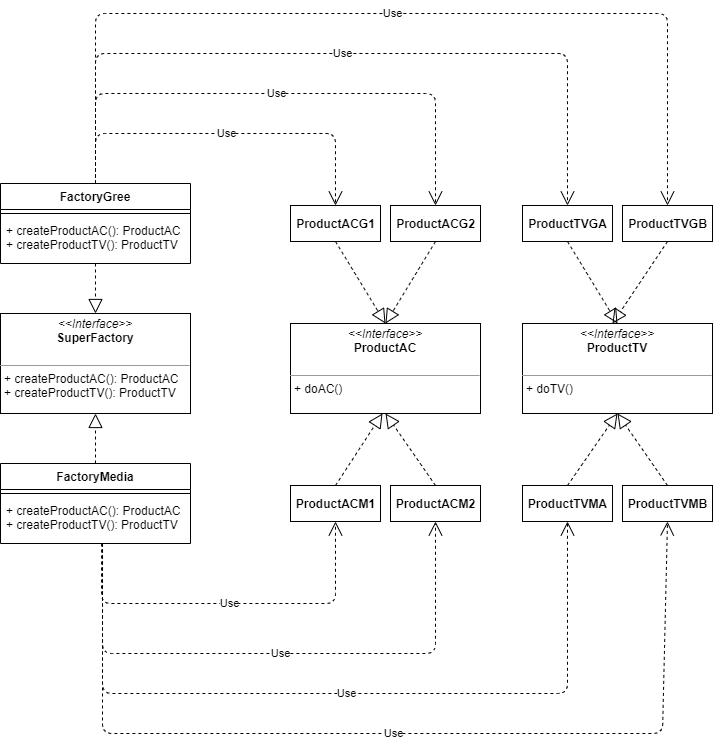
Earlier version of the draw.io export 002/abstractFactory.drawio.png (yinghao-liu/design-pattern). Source tidied: cells renumbered, new cells last; positions are measured from the earlier drawing's top-left corner, leaving out a move shared by most shapes. The source it was exported from:
```xml
<mxGraphModel>
  <root>
    <mxCell id="0" />
    <mxCell id="1" parent="0" />
    <mxCell id="2" value="&lt;p style=&quot;margin: 0px ; margin-top: 4px ; text-align: center&quot;&gt;&lt;i&gt;&amp;lt;&amp;lt;Interface&amp;gt;&amp;gt;&lt;/i&gt;&lt;br&gt;&lt;span style=&quot;font-weight: 700&quot;&gt;SuperFactory&lt;/span&gt;&lt;br&gt;&lt;/p&gt;&lt;p style=&quot;margin: 0px ; margin-left: 4px&quot;&gt;&lt;br&gt;&lt;/p&gt;&lt;hr size=&quot;1&quot;&gt;&lt;p style=&quot;margin: 0px ; margin-left: 4px&quot;&gt;+ createProductAC(): ProductAC&lt;br&gt;&lt;/p&gt;&lt;p style=&quot;margin: 0px ; margin-left: 4px&quot;&gt;+ createProductTV(): ProductTV&lt;br&gt;&lt;/p&gt;" style="verticalAlign=top;align=left;overflow=fill;fontSize=12;fontFamily=Helvetica;html=1;" parent="1" vertex="1">
      <mxGeometry y="300" width="190" height="100" as="geometry" />
    </mxCell>
    <mxCell id="3" value="&lt;p style=&quot;margin: 0px ; margin-top: 4px ; text-align: center&quot;&gt;&lt;i&gt;&amp;lt;&amp;lt;Interface&amp;gt;&amp;gt;&lt;/i&gt;&lt;br&gt;&lt;span style=&quot;font-weight: 700&quot;&gt;ProductTV&lt;/span&gt;&lt;br&gt;&lt;/p&gt;&lt;p style=&quot;margin: 0px ; margin-left: 4px&quot;&gt;&lt;br&gt;&lt;/p&gt;&lt;hr size=&quot;1&quot;&gt;&lt;p style=&quot;margin: 0px ; margin-left: 4px&quot;&gt;+ doTV()&lt;br&gt;&lt;/p&gt;" style="verticalAlign=top;align=left;overflow=fill;fontSize=12;fontFamily=Helvetica;html=1;" parent="1" vertex="1">
      <mxGeometry x="522" y="310" width="190" height="90" as="geometry" />
    </mxCell>
    <mxCell id="4" value="FactoryGree" style="swimlane;fontStyle=1;align=center;verticalAlign=top;horizontal=1;startSize=26;" parent="1" vertex="1">
      <mxGeometry y="170" width="190" height="80" as="geometry" />
    </mxCell>
    <mxCell id="5" style="line;strokeWidth=1;fillColor=none;align=left;verticalAlign=middle;spacingTop=-1;spacingLeft=3;spacingRight=3;labelPosition=right;" parent="4" vertex="1">
      <mxGeometry y="26" width="190" height="8" as="geometry" />
    </mxCell>
    <mxCell id="6" value="+ createProductAC(): ProductAC&#10;+ createProductTV(): ProductTV" style="text;strokeColor=none;fillColor=none;align=left;verticalAlign=top;spacingLeft=4;spacingRight=4;overflow=hidden;points=[[0,0.5],[1,0.5]];portConstraint=eastwest;" parent="4" vertex="1">
      <mxGeometry y="34" width="190" height="46" as="geometry" />
    </mxCell>
    <mxCell id="7" value="&lt;p style=&quot;margin: 0px ; margin-top: 4px ; text-align: center&quot;&gt;&lt;i&gt;&amp;lt;&amp;lt;Interface&amp;gt;&amp;gt;&lt;/i&gt;&lt;br&gt;&lt;span style=&quot;font-weight: 700&quot;&gt;ProductAC&lt;/span&gt;&lt;br&gt;&lt;/p&gt;&lt;p style=&quot;margin: 0px ; margin-left: 4px&quot;&gt;&lt;br&gt;&lt;/p&gt;&lt;hr size=&quot;1&quot;&gt;&lt;p style=&quot;margin: 0px ; margin-left: 4px&quot;&gt;+ doAC()&lt;br&gt;&lt;/p&gt;" style="verticalAlign=top;align=left;overflow=fill;fontSize=12;fontFamily=Helvetica;html=1;" parent="1" vertex="1">
      <mxGeometry x="290" y="310" width="190" height="90" as="geometry" />
    </mxCell>
    <mxCell id="8" value="FactoryMedia" style="swimlane;fontStyle=1;align=center;verticalAlign=top;horizontal=1;startSize=26;" parent="1" vertex="1">
      <mxGeometry y="450" width="190" height="80" as="geometry" />
    </mxCell>
    <mxCell id="9" style="line;strokeWidth=1;fillColor=none;align=left;verticalAlign=middle;spacingTop=-1;spacingLeft=3;spacingRight=3;labelPosition=right;" parent="8" vertex="1">
      <mxGeometry y="26" width="190" height="8" as="geometry" />
    </mxCell>
    <mxCell id="10" value="+ createProductAC(): ProductAC&#10;+ createProductTV(): ProductTV" style="text;strokeColor=none;fillColor=none;align=left;verticalAlign=top;spacingLeft=4;spacingRight=4;overflow=hidden;points=[[0,0.5],[1,0.5]];portConstraint=eastwest;" parent="8" vertex="1">
      <mxGeometry y="34" width="190" height="46" as="geometry" />
    </mxCell>
    <mxCell id="11" style="endArrow=block;dashed=1;endFill=0;endSize=12;html=1;exitX=0.5;exitY=0;exitDx=0;exitDy=0;entryX=0.5;entryY=1;entryDx=0;entryDy=0;" parent="1" edge="1" source="8" target="2">
      <mxGeometry relative="1" as="geometry" />
    </mxCell>
    <mxCell id="12" style="endArrow=block;dashed=1;endFill=0;endSize=12;html=1;entryX=0.5;entryY=0;entryDx=0;entryDy=0;exitX=0.5;exitY=1;exitDx=0;exitDy=0;exitPerimeter=0;" parent="1" edge="1" source="6" target="2">
      <mxGeometry relative="1" as="geometry" />
    </mxCell>
    <mxCell id="13" value="&lt;span style=&quot;font-weight: 700&quot;&gt;ProductACG1&lt;/span&gt;" style="html=1;" parent="1" vertex="1">
      <mxGeometry x="290" y="192" width="90" height="36" as="geometry" />
    </mxCell>
    <mxCell id="14" value="&lt;span style=&quot;font-weight: 700&quot;&gt;ProductACG2&lt;/span&gt;" style="html=1;" parent="1" vertex="1">
      <mxGeometry x="390" y="192" width="90" height="36" as="geometry" />
    </mxCell>
    <mxCell id="15" value="&lt;span style=&quot;font-weight: 700&quot;&gt;ProductTVGA&lt;/span&gt;" style="html=1;" parent="1" vertex="1">
      <mxGeometry x="522" y="192" width="90" height="36" as="geometry" />
    </mxCell>
    <mxCell id="16" value="&lt;span style=&quot;font-weight: 700&quot;&gt;ProductTVGB&lt;/span&gt;" style="html=1;" parent="1" vertex="1">
      <mxGeometry x="622" y="192" width="90" height="36" as="geometry" />
    </mxCell>
    <mxCell id="17" value="&lt;span style=&quot;font-weight: 700&quot;&gt;ProductACM1&lt;/span&gt;" style="html=1;" parent="1" vertex="1">
      <mxGeometry x="290" y="472" width="90" height="36" as="geometry" />
    </mxCell>
    <mxCell id="18" value="&lt;span style=&quot;font-weight: 700&quot;&gt;ProductACM2&lt;/span&gt;" style="html=1;" parent="1" vertex="1">
      <mxGeometry x="390" y="472" width="90" height="36" as="geometry" />
    </mxCell>
    <mxCell id="19" value="&lt;span style=&quot;font-weight: 700&quot;&gt;ProductTVMA&lt;/span&gt;" style="html=1;" parent="1" vertex="1">
      <mxGeometry x="522" y="472" width="90" height="36" as="geometry" />
    </mxCell>
    <mxCell id="20" value="&lt;span style=&quot;font-weight: 700&quot;&gt;ProductTVMB&lt;/span&gt;" style="html=1;" parent="1" vertex="1">
      <mxGeometry x="622" y="472" width="90" height="36" as="geometry" />
    </mxCell>
    <mxCell id="21" style="endArrow=block;dashed=1;endFill=0;endSize=12;html=1;exitX=0.5;exitY=0;exitDx=0;exitDy=0;" parent="1" edge="1" source="17">
      <mxGeometry relative="1" as="geometry">
        <mxPoint x="382" y="400" as="targetPoint" />
      </mxGeometry>
    </mxCell>
    <mxCell id="22" style="endArrow=block;dashed=1;endFill=0;endSize=12;html=1;exitX=0.5;exitY=0;exitDx=0;exitDy=0;entryX=0.5;entryY=1;entryDx=0;entryDy=0;" parent="1" edge="1" source="18" target="7">
      <mxGeometry relative="1" as="geometry" />
    </mxCell>
    <mxCell id="23" style="endArrow=block;dashed=1;endFill=0;endSize=12;html=1;exitX=0.5;exitY=0;exitDx=0;exitDy=0;entryX=0.5;entryY=1;entryDx=0;entryDy=0;" parent="1" edge="1" source="19" target="3">
      <mxGeometry relative="1" as="geometry" />
    </mxCell>
    <mxCell id="24" style="endArrow=block;dashed=1;endFill=0;endSize=12;html=1;entryX=0.5;entryY=1;entryDx=0;entryDy=0;exitX=0.5;exitY=0;exitDx=0;exitDy=0;" parent="1" edge="1" source="20" target="3">
      <mxGeometry relative="1" as="geometry" />
    </mxCell>
    <mxCell id="25" style="endArrow=block;dashed=1;endFill=0;endSize=12;html=1;exitX=0.5;exitY=1;exitDx=0;exitDy=0;entryX=0.5;entryY=0;entryDx=0;entryDy=0;" parent="1" edge="1" source="13" target="7">
      <mxGeometry relative="1" as="geometry" />
    </mxCell>
    <mxCell id="26" style="endArrow=block;dashed=1;endFill=0;endSize=12;html=1;exitX=0.5;exitY=1;exitDx=0;exitDy=0;entryX=0.5;entryY=0;entryDx=0;entryDy=0;" parent="1" edge="1" source="14" target="7">
      <mxGeometry relative="1" as="geometry" />
    </mxCell>
    <mxCell id="27" style="endArrow=block;dashed=1;endFill=0;endSize=12;html=1;entryX=0.5;entryY=0;entryDx=0;entryDy=0;exitX=0.5;exitY=1;exitDx=0;exitDy=0;" parent="1" edge="1" source="15" target="3">
      <mxGeometry relative="1" as="geometry" />
    </mxCell>
    <mxCell id="28" style="endArrow=block;dashed=1;endFill=0;endSize=12;html=1;exitX=0.5;exitY=1;exitDx=0;exitDy=0;" parent="1" edge="1" source="16">
      <mxGeometry relative="1" as="geometry">
        <mxPoint x="612" y="310" as="targetPoint" />
      </mxGeometry>
    </mxCell>
    <mxCell id="29" value="Use" style="endArrow=open;endSize=12;dashed=1;html=1;entryX=0.5;entryY=1;entryDx=0;entryDy=0;" parent="1" edge="1" target="18">
      <mxGeometry relative="1" as="geometry">
        <mxPoint x="102" y="530" as="sourcePoint" />
        <Array as="points">
          <mxPoint x="102" y="640" />
          <mxPoint x="435" y="640" />
        </Array>
      </mxGeometry>
    </mxCell>
    <mxCell id="30" value="Use" style="endArrow=open;endSize=12;dashed=1;html=1;entryX=0.5;entryY=1;entryDx=0;entryDy=0;" parent="1" edge="1" target="19">
      <mxGeometry relative="1" as="geometry">
        <mxPoint x="102" y="530" as="sourcePoint" />
        <Array as="points">
          <mxPoint x="102" y="680" />
          <mxPoint x="567" y="680" />
        </Array>
      </mxGeometry>
    </mxCell>
    <mxCell id="31" value="Use" style="endArrow=open;endSize=12;dashed=1;html=1;entryX=0.5;entryY=1;entryDx=0;entryDy=0;exitX=0.537;exitY=1;exitDx=0;exitDy=0;exitPerimeter=0;" parent="1" edge="1" source="10" target="20">
      <mxGeometry relative="1" as="geometry">
        <Array as="points">
          <mxPoint x="102" y="720" />
          <mxPoint x="662" y="720" />
        </Array>
      </mxGeometry>
    </mxCell>
    <mxCell id="32" value="Use" style="endArrow=open;endSize=12;dashed=1;html=1;exitX=0.5;exitY=0;exitDx=0;exitDy=0;entryX=0.5;entryY=0;entryDx=0;entryDy=0;" parent="1" edge="1" source="4" target="13">
      <mxGeometry relative="1" as="geometry">
        <Array as="points">
          <mxPoint x="95" y="120" />
          <mxPoint x="335" y="120" />
        </Array>
      </mxGeometry>
    </mxCell>
    <mxCell id="33" value="Use" style="endArrow=open;endSize=12;dashed=1;html=1;exitX=0.5;exitY=0;exitDx=0;exitDy=0;entryX=0.5;entryY=0;entryDx=0;entryDy=0;" parent="1" edge="1" source="4" target="14">
      <mxGeometry relative="1" as="geometry">
        <Array as="points">
          <mxPoint x="95" y="80" />
          <mxPoint x="435" y="80" />
        </Array>
      </mxGeometry>
    </mxCell>
    <mxCell id="34" value="Use" style="endArrow=open;endSize=12;dashed=1;html=1;exitX=0.5;exitY=0;exitDx=0;exitDy=0;entryX=0.5;entryY=0;entryDx=0;entryDy=0;" parent="1" edge="1" source="4" target="15">
      <mxGeometry relative="1" as="geometry">
        <Array as="points">
          <mxPoint x="95" y="40" />
          <mxPoint x="567" y="40" />
        </Array>
      </mxGeometry>
    </mxCell>
    <mxCell id="35" value="Use" style="endArrow=open;endSize=12;dashed=1;html=1;entryX=0.5;entryY=0;entryDx=0;entryDy=0;exitX=0.5;exitY=0;exitDx=0;exitDy=0;" parent="1" edge="1" source="4" target="16">
      <mxGeometry relative="1" as="geometry">
        <Array as="points">
          <mxPoint x="95" />
          <mxPoint x="667" />
        </Array>
      </mxGeometry>
    </mxCell>
    <mxCell id="36" value="Use" style="endArrow=open;endSize=12;dashed=1;html=1;entryX=0.5;entryY=1;entryDx=0;entryDy=0;exitX=0.532;exitY=1;exitDx=0;exitDy=0;exitPerimeter=0;" parent="1" edge="1" source="10" target="17">
      <mxGeometry relative="1" as="geometry">
        <Array as="points">
          <mxPoint x="101" y="590" />
          <mxPoint x="335" y="590" />
        </Array>
      </mxGeometry>
    </mxCell>
  </root>
</mxGraphModel>
```
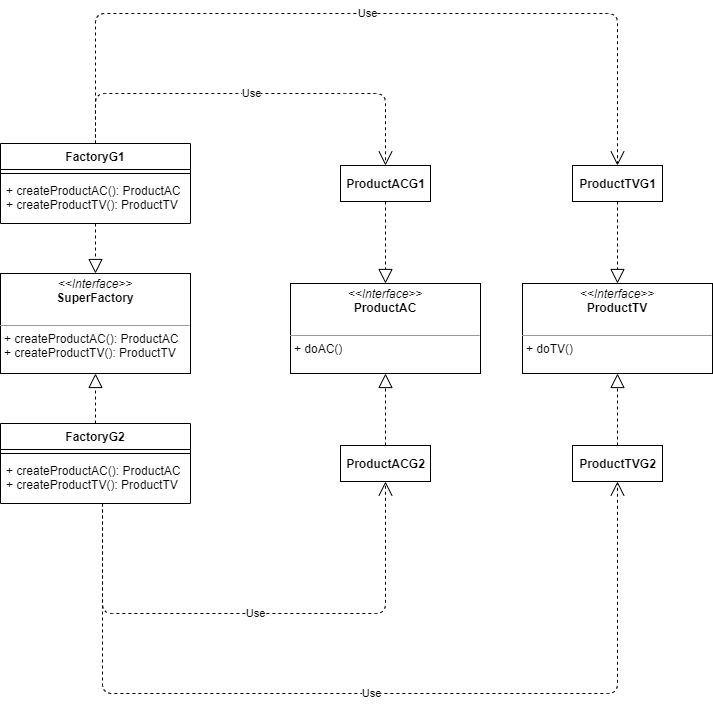
After the commit.

Commit message:
update Abstract Factory

The edit, as a diff of the source:
```diff
@@ -8,7 +8,7 @@
     <mxCell id="3" value="&lt;p style=&quot;margin: 0px ; margin-top: 4px ; text-align: center&quot;&gt;&lt;i&gt;&amp;lt;&amp;lt;Interface&amp;gt;&amp;gt;&lt;/i&gt;&lt;br&gt;&lt;span style=&quot;font-weight: 700&quot;&gt;ProductTV&lt;/span&gt;&lt;br&gt;&lt;/p&gt;&lt;p style=&quot;margin: 0px ; margin-left: 4px&quot;&gt;&lt;br&gt;&lt;/p&gt;&lt;hr size=&quot;1&quot;&gt;&lt;p style=&quot;margin: 0px ; margin-left: 4px&quot;&gt;+ doTV()&lt;br&gt;&lt;/p&gt;" style="verticalAlign=top;align=left;overflow=fill;fontSize=12;fontFamily=Helvetica;html=1;" parent="1" vertex="1">
       <mxGeometry x="522" y="310" width="190" height="90" as="geometry" />
     </mxCell>
-    <mxCell id="4" value="FactoryGree" style="swimlane;fontStyle=1;align=center;verticalAlign=top;horizontal=1;startSize=26;" parent="1" vertex="1">
+    <mxCell id="4" value="FactoryG1" style="swimlane;fontStyle=1;align=center;verticalAlign=top;horizontal=1;startSize=26;" parent="1" vertex="1">
       <mxGeometry y="170" width="190" height="80" as="geometry" />
     </mxCell>
     <mxCell id="5" style="line;strokeWidth=1;fillColor=none;align=left;verticalAlign=middle;spacingTop=-1;spacingLeft=3;spacingRight=3;labelPosition=right;" parent="4" vertex="1">
@@ -20,7 +20,7 @@
     <mxCell id="7" value="&lt;p style=&quot;margin: 0px ; margin-top: 4px ; text-align: center&quot;&gt;&lt;i&gt;&amp;lt;&amp;lt;Interface&amp;gt;&amp;gt;&lt;/i&gt;&lt;br&gt;&lt;span style=&quot;font-weight: 700&quot;&gt;ProductAC&lt;/span&gt;&lt;br&gt;&lt;/p&gt;&lt;p style=&quot;margin: 0px ; margin-left: 4px&quot;&gt;&lt;br&gt;&lt;/p&gt;&lt;hr size=&quot;1&quot;&gt;&lt;p style=&quot;margin: 0px ; margin-left: 4px&quot;&gt;+ doAC()&lt;br&gt;&lt;/p&gt;" style="verticalAlign=top;align=left;overflow=fill;fontSize=12;fontFamily=Helvetica;html=1;" parent="1" vertex="1">
       <mxGeometry x="290" y="310" width="190" height="90" as="geometry" />
     </mxCell>
-    <mxCell id="8" value="FactoryMedia" style="swimlane;fontStyle=1;align=center;verticalAlign=top;horizontal=1;startSize=26;" parent="1" vertex="1">
+    <mxCell id="8" value="FactoryG2" style="swimlane;fontStyle=1;align=center;verticalAlign=top;horizontal=1;startSize=26;" parent="1" vertex="1">
       <mxGeometry y="450" width="190" height="80" as="geometry" />
     </mxCell>
     <mxCell id="9" style="line;strokeWidth=1;fillColor=none;align=left;verticalAlign=middle;spacingTop=-1;spacingLeft=3;spacingRight=3;labelPosition=right;" parent="8" vertex="1">
@@ -36,80 +36,43 @@
       <mxGeometry relative="1" as="geometry" />
     </mxCell>
     <mxCell id="13" value="&lt;span style=&quot;font-weight: 700&quot;&gt;ProductACG1&lt;/span&gt;" style="html=1;" parent="1" vertex="1">
-      <mxGeometry x="290" y="192" width="90" height="36" as="geometry" />
+      <mxGeometry x="340" y="192" width="90" height="36" as="geometry" />
     </mxCell>
-    <mxCell id="14" value="&lt;span style=&quot;font-weight: 700&quot;&gt;ProductACG2&lt;/span&gt;" style="html=1;" parent="1" vertex="1">
-      <mxGeometry x="390" y="192" width="90" height="36" as="geometry" />
-    </mxCell>
-    <mxCell id="15" value="&lt;span style=&quot;font-weight: 700&quot;&gt;ProductTVGA&lt;/span&gt;" style="html=1;" parent="1" vertex="1">
-      <mxGeometry x="522" y="192" width="90" height="36" as="geometry" />
+    <mxCell id="15" value="&lt;span style=&quot;font-weight: 700&quot;&gt;ProductTVG1&lt;/span&gt;" style="html=1;" parent="1" vertex="1">
+      <mxGeometry x="572" y="192" width="90" height="36" as="geometry" />
     </mxCell>
-    <mxCell id="16" value="&lt;span style=&quot;font-weight: 700&quot;&gt;ProductTVGB&lt;/span&gt;" style="html=1;" parent="1" vertex="1">
-      <mxGeometry x="622" y="192" width="90" height="36" as="geometry" />
-    </mxCell>
-    <mxCell id="17" value="&lt;span style=&quot;font-weight: 700&quot;&gt;ProductACM1&lt;/span&gt;" style="html=1;" parent="1" vertex="1">
-      <mxGeometry x="290" y="472" width="90" height="36" as="geometry" />
-    </mxCell>
-    <mxCell id="18" value="&lt;span style=&quot;font-weight: 700&quot;&gt;ProductACM2&lt;/span&gt;" style="html=1;" parent="1" vertex="1">
-      <mxGeometry x="390" y="472" width="90" height="36" as="geometry" />
+    <mxCell id="18" value="&lt;span style=&quot;font-weight: 700&quot;&gt;ProductACG2&lt;/span&gt;" style="html=1;" parent="1" vertex="1">
+      <mxGeometry x="340" y="472" width="90" height="36" as="geometry" />
     </mxCell>
-    <mxCell id="19" value="&lt;span style=&quot;font-weight: 700&quot;&gt;ProductTVMA&lt;/span&gt;" style="html=1;" parent="1" vertex="1">
-      <mxGeometry x="522" y="472" width="90" height="36" as="geometry" />
-    </mxCell>
-    <mxCell id="20" value="&lt;span style=&quot;font-weight: 700&quot;&gt;ProductTVMB&lt;/span&gt;" style="html=1;" parent="1" vertex="1">
-      <mxGeometry x="622" y="472" width="90" height="36" as="geometry" />
+    <mxCell id="20" value="&lt;span style=&quot;font-weight: 700&quot;&gt;ProductTVG2&lt;/span&gt;" style="html=1;" parent="1" vertex="1">
+      <mxGeometry x="572" y="472" width="90" height="36" as="geometry" />
     </mxCell>
-    <mxCell id="21" style="endArrow=block;dashed=1;endFill=0;endSize=12;html=1;exitX=0.5;exitY=0;exitDx=0;exitDy=0;" parent="1" edge="1" source="17">
-      <mxGeometry relative="1" as="geometry">
-        <mxPoint x="382" y="400" as="targetPoint" />
-      </mxGeometry>
-    </mxCell>
     <mxCell id="22" style="endArrow=block;dashed=1;endFill=0;endSize=12;html=1;exitX=0.5;exitY=0;exitDx=0;exitDy=0;entryX=0.5;entryY=1;entryDx=0;entryDy=0;" parent="1" edge="1" source="18" target="7">
       <mxGeometry relative="1" as="geometry" />
     </mxCell>
-    <mxCell id="23" style="endArrow=block;dashed=1;endFill=0;endSize=12;html=1;exitX=0.5;exitY=0;exitDx=0;exitDy=0;entryX=0.5;entryY=1;entryDx=0;entryDy=0;" parent="1" edge="1" source="19" target="3">
-      <mxGeometry relative="1" as="geometry" />
-    </mxCell>
     <mxCell id="24" style="endArrow=block;dashed=1;endFill=0;endSize=12;html=1;entryX=0.5;entryY=1;entryDx=0;entryDy=0;exitX=0.5;exitY=0;exitDx=0;exitDy=0;" parent="1" edge="1" source="20" target="3">
       <mxGeometry relative="1" as="geometry" />
     </mxCell>
     <mxCell id="25" style="endArrow=block;dashed=1;endFill=0;endSize=12;html=1;exitX=0.5;exitY=1;exitDx=0;exitDy=0;entryX=0.5;entryY=0;entryDx=0;entryDy=0;" parent="1" edge="1" source="13" target="7">
       <mxGeometry relative="1" as="geometry" />
     </mxCell>
-    <mxCell id="26" style="endArrow=block;dashed=1;endFill=0;endSize=12;html=1;exitX=0.5;exitY=1;exitDx=0;exitDy=0;entryX=0.5;entryY=0;entryDx=0;entryDy=0;" parent="1" edge="1" source="14" target="7">
-      <mxGeometry relative="1" as="geometry" />
-    </mxCell>
     <mxCell id="27" style="endArrow=block;dashed=1;endFill=0;endSize=12;html=1;entryX=0.5;entryY=0;entryDx=0;entryDy=0;exitX=0.5;exitY=1;exitDx=0;exitDy=0;" parent="1" edge="1" source="15" target="3">
       <mxGeometry relative="1" as="geometry" />
     </mxCell>
-    <mxCell id="28" style="endArrow=block;dashed=1;endFill=0;endSize=12;html=1;exitX=0.5;exitY=1;exitDx=0;exitDy=0;" parent="1" edge="1" source="16">
-      <mxGeometry relative="1" as="geometry">
-        <mxPoint x="612" y="310" as="targetPoint" />
-      </mxGeometry>
-    </mxCell>
     <mxCell id="29" value="Use" style="endArrow=open;endSize=12;dashed=1;html=1;entryX=0.5;entryY=1;entryDx=0;entryDy=0;" parent="1" edge="1" target="18">
       <mxGeometry relative="1" as="geometry">
         <mxPoint x="102" y="530" as="sourcePoint" />
         <Array as="points">
           <mxPoint x="102" y="640" />
-          <mxPoint x="435" y="640" />
+          <mxPoint x="385" y="640" />
         </Array>
       </mxGeometry>
     </mxCell>
-    <mxCell id="30" value="Use" style="endArrow=open;endSize=12;dashed=1;html=1;entryX=0.5;entryY=1;entryDx=0;entryDy=0;" parent="1" edge="1" target="19">
-      <mxGeometry relative="1" as="geometry">
-        <mxPoint x="102" y="530" as="sourcePoint" />
-        <Array as="points">
-          <mxPoint x="102" y="680" />
-          <mxPoint x="567" y="680" />
-        </Array>
-      </mxGeometry>
-    </mxCell>
     <mxCell id="31" value="Use" style="endArrow=open;endSize=12;dashed=1;html=1;entryX=0.5;entryY=1;entryDx=0;entryDy=0;exitX=0.537;exitY=1;exitDx=0;exitDy=0;exitPerimeter=0;" parent="1" edge="1" source="10" target="20">
       <mxGeometry relative="1" as="geometry">
         <Array as="points">
           <mxPoint x="102" y="720" />
-          <mxPoint x="662" y="720" />
+          <mxPoint x="617" y="720" />
         </Array>
       </mxGeometry>
     </mxCell>
@@ -118,40 +81,17 @@
         <Array as="points">
           <mxPoint x="95" y="120" />
           <mxPoint x="335" y="120" />
+          <mxPoint x="385" y="120" />
         </Array>
       </mxGeometry>
     </mxCell>
-    <mxCell id="33" value="Use" style="endArrow=open;endSize=12;dashed=1;html=1;exitX=0.5;exitY=0;exitDx=0;exitDy=0;entryX=0.5;entryY=0;entryDx=0;entryDy=0;" parent="1" edge="1" source="4" target="14">
-      <mxGeometry relative="1" as="geometry">
-        <Array as="points">
-          <mxPoint x="95" y="80" />
-          <mxPoint x="435" y="80" />
-        </Array>
-      </mxGeometry>
-    </mxCell>
     <mxCell id="34" value="Use" style="endArrow=open;endSize=12;dashed=1;html=1;exitX=0.5;exitY=0;exitDx=0;exitDy=0;entryX=0.5;entryY=0;entryDx=0;entryDy=0;" parent="1" edge="1" source="4" target="15">
       <mxGeometry relative="1" as="geometry">
         <Array as="points">
           <mxPoint x="95" y="40" />
-          <mxPoint x="567" y="40" />
+          <mxPoint x="617" y="40" />
         </Array>
       </mxGeometry>
     </mxCell>
-    <mxCell id="35" value="Use" style="endArrow=open;endSize=12;dashed=1;html=1;entryX=0.5;entryY=0;entryDx=0;entryDy=0;exitX=0.5;exitY=0;exitDx=0;exitDy=0;" parent="1" edge="1" source="4" target="16">
-      <mxGeometry relative="1" as="geometry">
-        <Array as="points">
-          <mxPoint x="95" />
-          <mxPoint x="667" />
-        </Array>
-      </mxGeometry>
-    </mxCell>
-    <mxCell id="36" value="Use" style="endArrow=open;endSize=12;dashed=1;html=1;entryX=0.5;entryY=1;entryDx=0;entryDy=0;exitX=0.532;exitY=1;exitDx=0;exitDy=0;exitPerimeter=0;" parent="1" edge="1" source="10" target="17">
-      <mxGeometry relative="1" as="geometry">
-        <Array as="points">
-          <mxPoint x="101" y="590" />
-          <mxPoint x="335" y="590" />
-        </Array>
-      </mxGeometry>
-    </mxCell>
   </root>
 </mxGraphModel>
```
